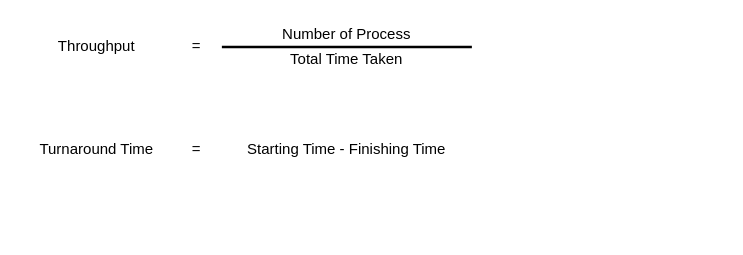
Before: page "Metrics" (2 of 10) of Process Scheduling.drawio in CorpDK/Drawing, a draw.io diagram. Source tidied: cells renumbered, new cells numbered last; positions are measured from the earlier drawing's top-left corner, leaving out a move shared by most shapes. Both pictures are drawn from the tidied source at 125%, with x=0, y=0 at pixel (21, 21).
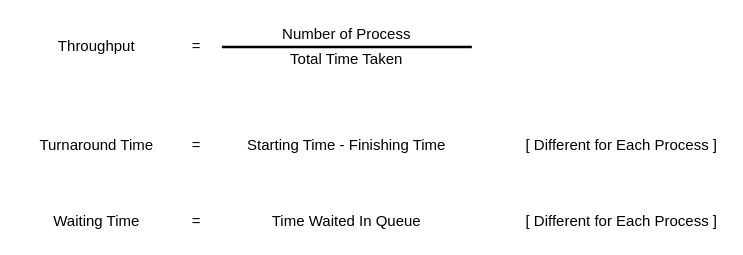
The same page after the edit.

What changed in the source:
```diff
@@
 <mxGraphModel>
   <root>
     <mxCell id="0" />
     <mxCell id="1" parent="0" />
     <mxCell id="2" value="Throughput" style="text;html=1;strokeColor=none;fillColor=none;align=center;verticalAlign=middle;whiteSpace=wrap;rounded=0;" parent="1" vertex="1">
       <mxGeometry y="10" width="120" height="20" as="geometry" />
     </mxCell>
     <mxCell id="3" value="=" style="text;html=1;strokeColor=none;fillColor=none;align=center;verticalAlign=middle;whiteSpace=wrap;rounded=0;" parent="1" vertex="1">
       <mxGeometry x="120" y="10" width="40" height="20" as="geometry" />
     </mxCell>
     <mxCell id="4" value="Number of Process" style="text;html=1;strokeColor=none;fillColor=none;align=center;verticalAlign=middle;whiteSpace=wrap;rounded=0;" parent="1" vertex="1">
       <mxGeometry x="160" width="200" height="20" as="geometry" />
     </mxCell>
     <mxCell id="5" style="endArrow=none;html=1;exitX=1;exitY=0.5;exitDx=0;exitDy=0;strokeWidth=2;" parent="1" edge="1" source="3">
       <mxGeometry relative="1" as="geometry">
         <mxPoint x="360" y="20" as="targetPoint" />
       </mxGeometry>
     </mxCell>
     <mxCell id="6" value="Total Time Taken" style="text;html=1;strokeColor=none;fillColor=none;align=center;verticalAlign=middle;whiteSpace=wrap;rounded=0;" parent="1" vertex="1">
       <mxGeometry x="160" y="20" width="200" height="20" as="geometry" />
     </mxCell>
     <mxCell id="7" value="Turnaround Time" style="text;html=1;strokeColor=none;fillColor=none;align=center;verticalAlign=middle;whiteSpace=wrap;rounded=0;" parent="1" vertex="1">
-      <mxGeometry y="92" width="120" height="20" as="geometry" />
+      <mxGeometry y="89" width="120" height="20" as="geometry" />
     </mxCell>
     <mxCell id="8" value="=" style="text;html=1;strokeColor=none;fillColor=none;align=center;verticalAlign=middle;whiteSpace=wrap;rounded=0;" parent="1" vertex="1">
-      <mxGeometry x="120" y="92" width="40" height="20" as="geometry" />
+      <mxGeometry x="120" y="89" width="40" height="20" as="geometry" />
     </mxCell>
     <mxCell id="9" value="Starting Time - Finishing Time" style="text;html=1;strokeColor=none;fillColor=none;align=center;verticalAlign=middle;whiteSpace=wrap;rounded=0;" parent="1" vertex="1">
-      <mxGeometry x="160" y="92" width="200" height="20" as="geometry" />
+      <mxGeometry x="160" y="89" width="200" height="20" as="geometry" />
     </mxCell>
+    <mxCell id="10" value="[ Different for Each Process ]" style="text;html=1;strokeColor=none;fillColor=none;align=center;verticalAlign=middle;whiteSpace=wrap;rounded=0;" parent="1" vertex="1">
+      <mxGeometry x="400" y="89" width="160" height="20" as="geometry" />
+    </mxCell>
+    <mxCell id="11" value="Waiting Time" style="text;html=1;strokeColor=none;fillColor=none;align=center;verticalAlign=middle;whiteSpace=wrap;rounded=0;" parent="1" vertex="1">
+      <mxGeometry y="150" width="120" height="20" as="geometry" />
+    </mxCell>
+    <mxCell id="12" value="=" style="text;html=1;strokeColor=none;fillColor=none;align=center;verticalAlign=middle;whiteSpace=wrap;rounded=0;" parent="1" vertex="1">
+      <mxGeometry x="120" y="150" width="40" height="20" as="geometry" />
+    </mxCell>
+    <mxCell id="13" value="Time Waited In Queue" style="text;html=1;strokeColor=none;fillColor=none;align=center;verticalAlign=middle;whiteSpace=wrap;rounded=0;" parent="1" vertex="1">
+      <mxGeometry x="160" y="150" width="200" height="20" as="geometry" />
+    </mxCell>
+    <mxCell id="14" value="[ Different for Each Process ]" style="text;html=1;strokeColor=none;fillColor=none;align=center;verticalAlign=middle;whiteSpace=wrap;rounded=0;" parent="1" vertex="1">
+      <mxGeometry x="400" y="150" width="160" height="20" as="geometry" />
+    </mxCell>
   </root>
 </mxGraphModel>
```
